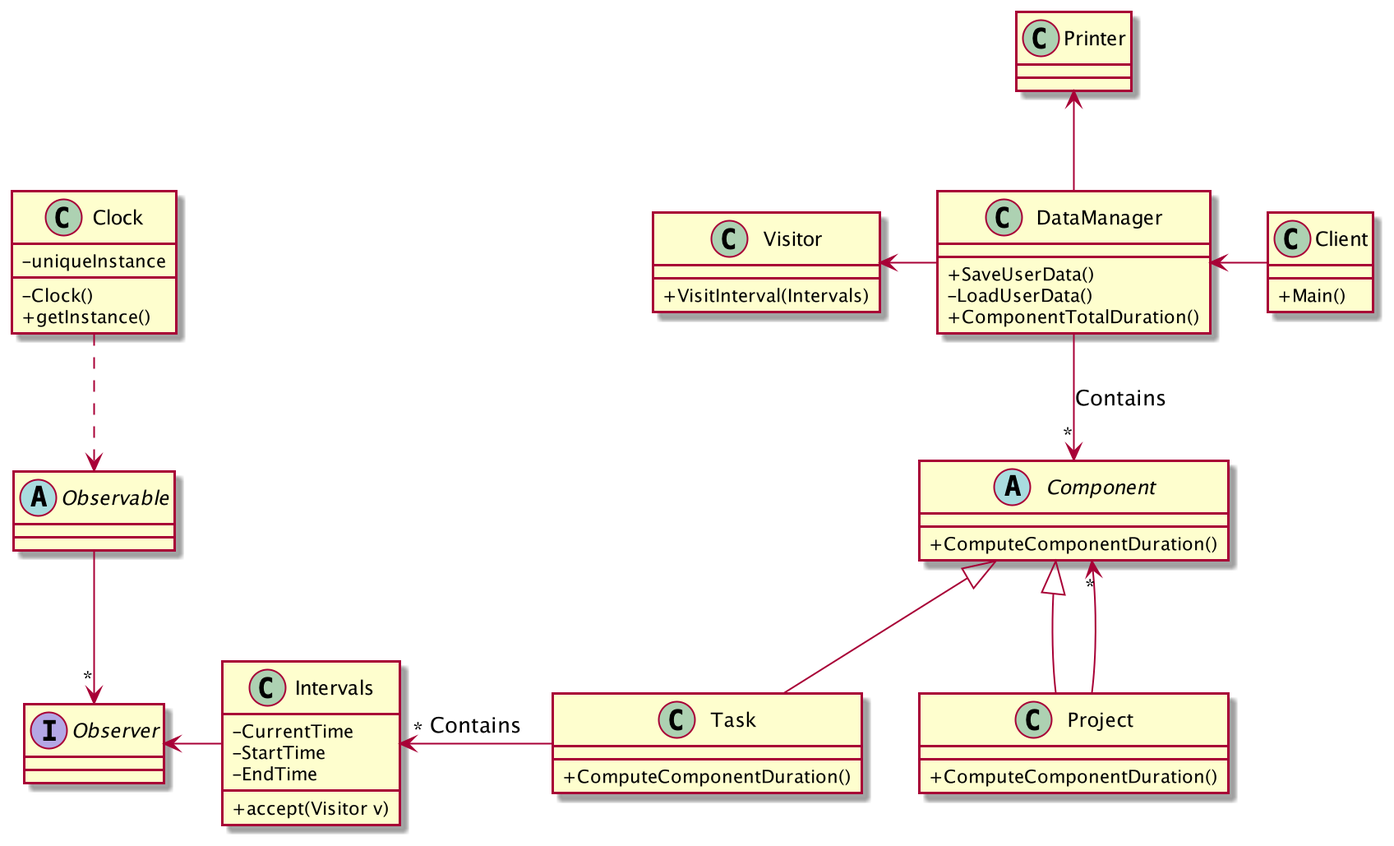
quimcamprubi/DS_Time_Tracker keeps this PlantUML diagram as Time_Tracker/DSTimeTracker.png. Above is the earlier version. Its diagram source:
```plantuml
@startuml

skinparam classAttributeIconSize 0
skinparam linetype polyline

abstract class Component {
+ ComputeComponentDuration()
}

class Project extends Component {
+ ComputeComponentDuration()
}

class Visitor{
+VisitInterval(Intervals)
}

class Task extends Component {
+ ComputeComponentDuration()
}

class Intervals {
-CurrentTime
-StartTime
-EndTime
+accept(Visitor v)
}

Interface Observer{
}

abstract class Observable {
}

class Clock {
- uniqueInstance
- Clock()
+ getInstance()
}

class Client{
+ Main()
}

class DataManager{
+ SaveUserData()
- LoadUserData()
+ ComponentTotalDuration()
}

Class Printer{
}

Visitor <-right- DataManager
DataManager -down-> "*" Component: Contains
Project --> "*" Component
Client -left-> DataManager
Task -left-> "*" Intervals:Contains
Clock .down.> Observable
Observable -Down-> "*" Observer
Intervals -left-> Observer
DataManager -up-> Printer
Task -[hidden]right-> Project

@enduml
```
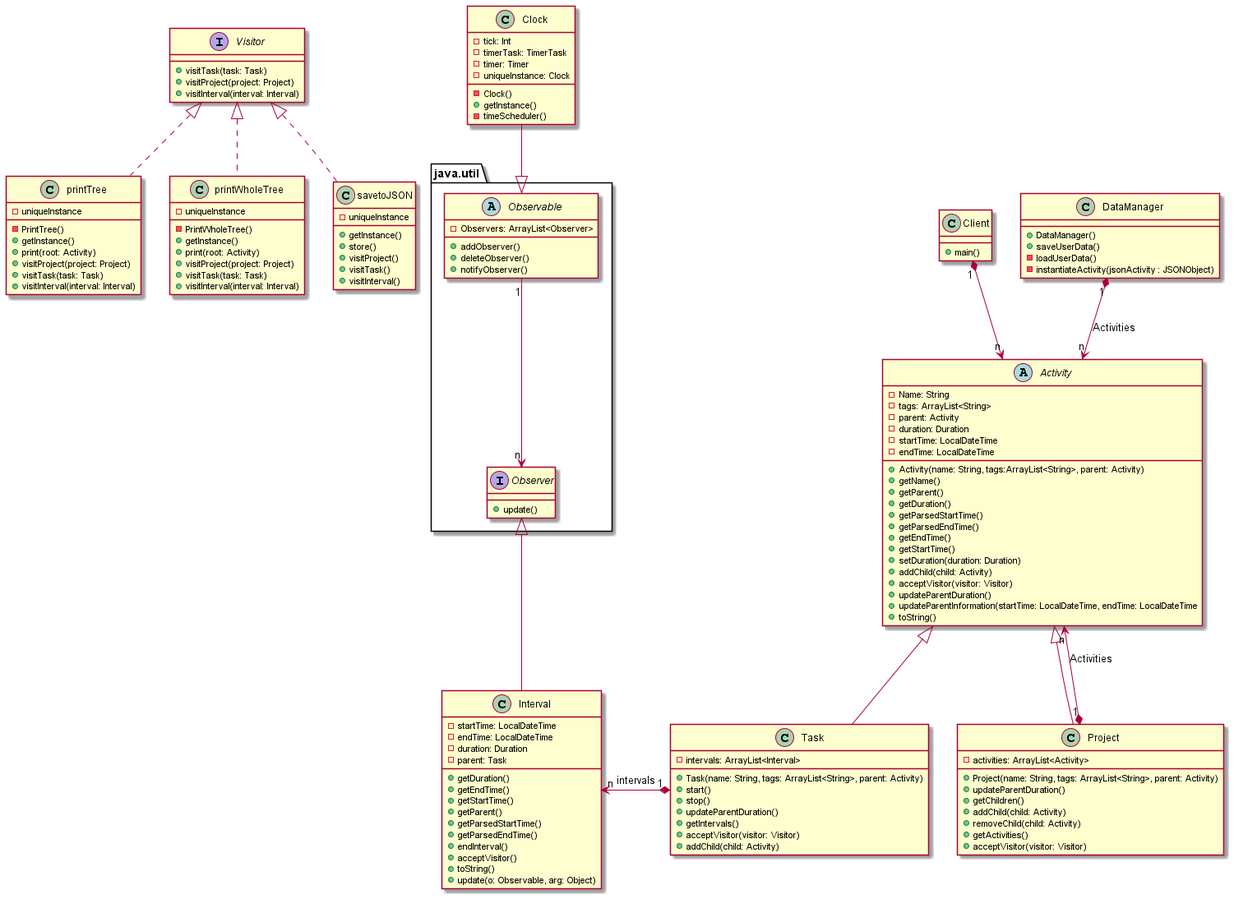
The same file after the commit.

Change to the diagram source:
```diff
@@ -1,65 +1,148 @@
 @startuml
 
-skinparam classAttributeIconSize 0
-skinparam linetype polyline
 
-abstract class Component {
-+ ComputeComponentDuration()
+abstract class Activity {
+- Name: String
+- tags: ArrayList<String>
+- parent: Activity
+- duration: Duration
+- startTime: LocalDateTime
+- endTime: LocalDateTime
++ Activity(name: String, tags:ArrayList<String>, parent: Activity)
++ getName()
++ getParent()
++ getDuration()
++ getParsedStartTime()
++ getParsedEndTime()
++ getEndTime()
++ getStartTime()
++ setDuration(duration: Duration)
++ addChild(child: Activity)
++ acceptVisitor(visitor: Visitor)
++ updateParentDuration()
++ updateParentInformation(startTime: LocalDateTime, endTime: LocalDateTime
++ toString()
 }
 
-class Project extends Component {
-+ ComputeComponentDuration()
+class Project extends Activity {
+- activities: ArrayList<Activity>
++ Project(name: String, tags: ArrayList<String>, parent: Activity)
++ updateParentDuration()
++ getChildren()
++ addChild(child: Activity)
++ removeChild(child: Activity)
++ getActivities()
++ acceptVisitor(visitor: Visitor)
 }
 
-class Visitor{
-+VisitInterval(Intervals)
+class Task extends Activity {
+- intervals: ArrayList<Interval>
++ Task(name: String, tags: ArrayList<String>, parent: Activity)
++ start()
++ stop()
++ updateParentDuration()
++ getIntervals()
++ acceptVisitor(visitor: Visitor)
++ addChild(child: Activity)
 }
 
-class Task extends Component {
-+ ComputeComponentDuration()
+Interface Visitor{
++ visitTask(task: Task)
++ visitProject(project: Project)
++ visitInterval(interval: Interval)
 }
 
-class Intervals {
--CurrentTime
--StartTime
--EndTime
-+accept(Visitor v)
+class printTree {
+- uniqueInstance
+- PrintTree()
++ getInstance()
++ print(root: Activity)
++ visitProject(project: Project)
++ visitTask(task: Task)
++ visitInterval(interval: Interval)
 }
 
-Interface Observer{
+class printWholeTree {
+- uniqueInstance
+- PrintWholeTree()
++ getInstance()
++ print(root: Activity)
++ visitProject(project: Project)
++ visitTask(task: Task)
++ visitInterval(interval: Interval)
 }
 
-abstract class Observable {
+class savetoJSON {
+- uniqueInstance
++ getInstance()
++ store()
++ visitProject()
++ visitTask()
++ visitInterval()
+}
+
+
+class Interval{
+- startTime: LocalDateTime
+- endTime: LocalDateTime
+- duration: Duration
+- parent: Task
++ getDuration()
++ getEndTime()
++ getStartTime()
++ getParent()
++ getParsedStartTime()
++ getParsedEndTime()
++ endInterval()
++ acceptVisitor()
++ toString()
++ update(o: Observable, arg: Object)
+}
+
+package java.util <<Folder>> {
+    Interface Observer{
+    + update()
+    }
+
+    abstract class Observable {
+    - Observers: ArrayList<Observer>
+    + addObserver()
+    + deleteObserver()
+    + notifyObserver()
+    }
 }
 
 class Clock {
-- uniqueInstance
+- tick: Int
+- timerTask: TimerTask
+- timer: Timer
+- uniqueInstance: Clock
 - Clock()
 + getInstance()
+- timeScheduler()
 }
 
-class Client{
-+ Main()
+class Client {
++ main()
 }
 
-class DataManager{
-+ SaveUserData()
-- LoadUserData()
-+ ComponentTotalDuration()
+class DataManager {
++ DataManager()
++ saveUserData()
+- loadUserData()
+- instantiateActivity(jsonActivity : JSONObject)
 }
 
-Class Printer{
-}
-
-Visitor <-right- DataManager
-DataManager -down-> "*" Component: Contains
-Project --> "*" Component
-Client -left-> DataManager
-Task -left-> "*" Intervals:Contains
-Clock .down.> Observable
-Observable -Down-> "*" Observer
-Intervals -left-> Observer
-DataManager -up-> Printer
+DataManager "1" *-down-> "n" Activity: Activities
+Project "1" *-up-> "n" Activity: Activities
+Client "1" *-down-> "n" Activity
+Task "1" *-left-> "n" Interval: intervals
+Clock -down-|> Observable
+Observable "1" -Down-> "n" Observer
+Interval -up-|> Observer
 Task -[hidden]right-> Project
+printTree .up.|> Visitor
+printWholeTree .up.|> Visitor
+savetoJSON .up.|> Visitor
 
 @enduml
```
